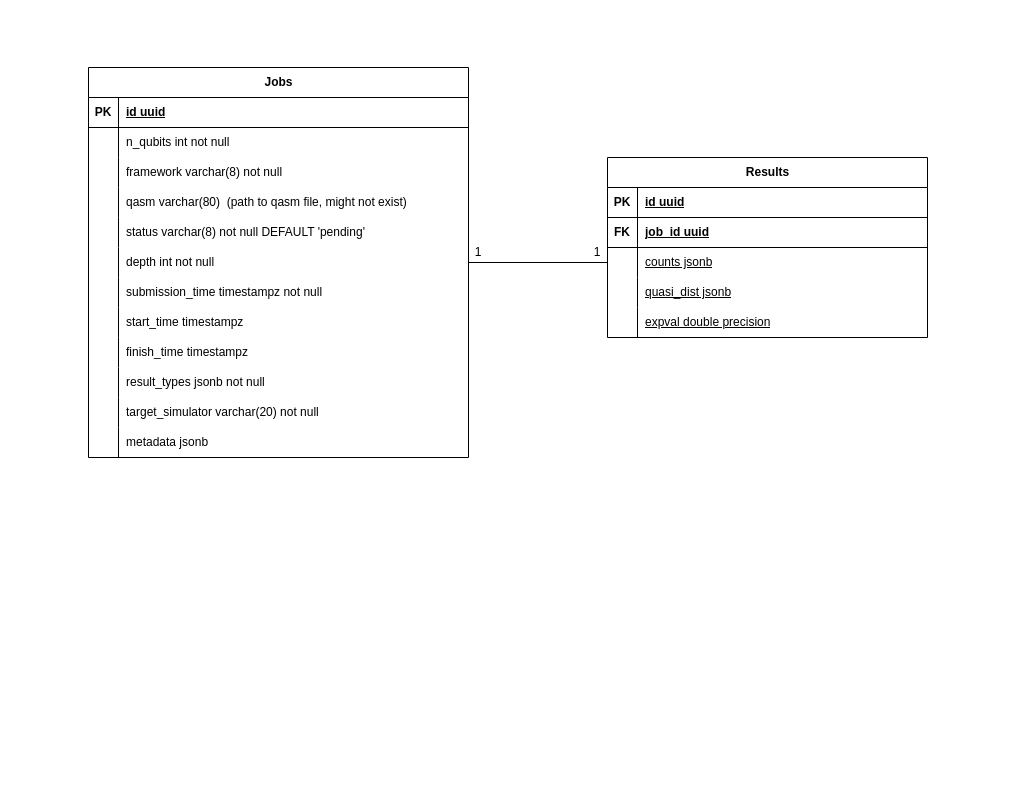
Earlier version of the draw.io diagram assets/database.drawio (Dpbm/qserver). Source tidied: cells renumbered, new cells numbered last; positions are measured from the earlier drawing's top-left corner, leaving out a move shared by most shapes. Both pictures are drawn from the tidied source at 100%, with x=0, y=0 at pixel (17, 17).
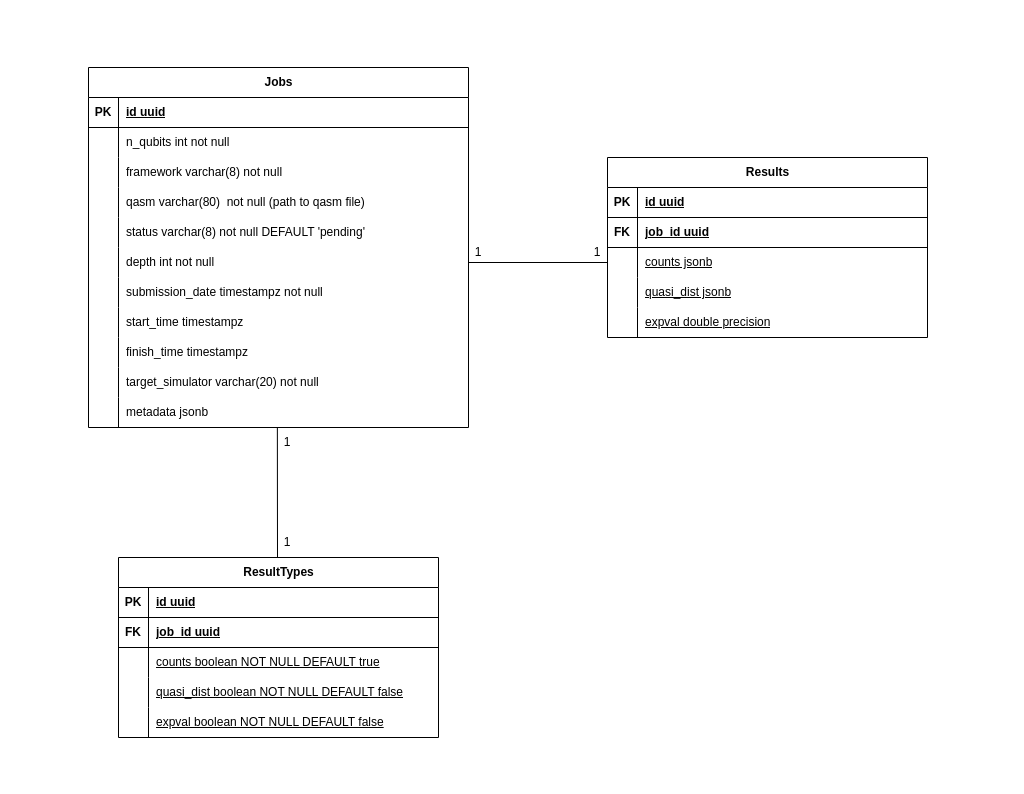
The same diagram, later.

Unchanged cells that the change refers to:
```xml
<mxCell id="13" style="shape=tableRow;horizontal=0;startSize=0;swimlaneHead=0;swimlaneBody=0;fillColor=none;top=0;left=0;right=0;bottom=0;" parent="3" vertex="1">
  <mxGeometry y="120" width="380" height="30" as="geometry" />
</mxCell>
<mxCell id="22" style="shape=tableRow;horizontal=0;startSize=0;swimlaneHead=0;swimlaneBody=0;fillColor=none;top=0;left=0;right=0;bottom=0;" parent="3" vertex="1">
  <mxGeometry y="210" width="380" height="30" as="geometry" />
</mxCell>
```

The edit, as a diff of the source:
```diff
@@
     <mxCell id="2" style="rounded=0;whiteSpace=wrap;html=1;strokeColor=none;" parent="1" vertex="1">
-      <mxGeometry width="990" height="530" as="geometry" />
+      <mxGeometry width="990" height="760" as="geometry" />
     </mxCell>
     <mxCell id="3" value="Jobs" style="shape=table;startSize=30;childLayout=tableLayout;rowLines=0;fontStyle=1;align=center;html=1;" parent="1" vertex="1">
-      <mxGeometry x="71" y="50" width="380" height="390" as="geometry" />
+      <mxGeometry x="71" y="50" width="380" height="360" as="geometry" />
     </mxCell>
@@
-    <mxCell id="15" value="qasm varchar(80)&amp;nbsp; (path to qasm file, might not exist)&lt;span style=&quot;color: light-dark(rgb(0, 0, 0), rgb(255, 255, 255)); background-color: transparent;&quot;&gt;&amp;nbsp;&lt;/span&gt;" style="shape=partialRectangle;fillColor=none;top=0;left=0;bottom=0;right=0;align=left;spacingLeft=6;overflow=hidden;whiteSpace=wrap;html=1;" parent="13" vertex="1">
+    <mxCell id="15" value="qasm varchar(80)&amp;nbsp; not null (path to qasm file)&lt;span style=&quot;color: light-dark(rgb(0, 0, 0), rgb(255, 255, 255)); background-color: transparent;&quot;&gt;&amp;nbsp;&lt;/span&gt;" style="shape=partialRectangle;fillColor=none;top=0;left=0;bottom=0;right=0;align=left;spacingLeft=6;overflow=hidden;whiteSpace=wrap;html=1;" parent="13" vertex="1">
       <mxGeometry x="30" width="350" height="30" as="geometry" />
     </mxCell>
@@
-    <mxCell id="24" value="submission_time timestampz not null" style="shape=partialRectangle;fillColor=none;top=0;left=0;bottom=0;right=0;align=left;spacingLeft=6;overflow=hidden;whiteSpace=wrap;html=1;" parent="22" vertex="1">
+    <mxCell id="24" value="submission_date timestampz not null" style="shape=partialRectangle;fillColor=none;top=0;left=0;bottom=0;right=0;align=left;spacingLeft=6;overflow=hidden;whiteSpace=wrap;html=1;" parent="22" vertex="1">
       <mxGeometry x="30" width="350" height="30" as="geometry" />
     </mxCell>
@@
-    <mxCell id="31" style="shape=tableRow;horizontal=0;startSize=0;swimlaneHead=0;swimlaneBody=0;fillColor=none;top=0;left=0;right=0;bottom=0;" parent="3" vertex="1">
-      <mxGeometry y="300" width="380" height="30" as="geometry" />
-    </mxCell>
-    <mxCell id="32" style="shape=partialRectangle;fillColor=none;top=0;left=0;bottom=0;right=0;overflow=hidden;whiteSpace=wrap;html=1;" parent="31" vertex="1">
-      <mxGeometry width="30" height="30" as="geometry" />
-    </mxCell>
-    <mxCell id="33" value="result_types jsonb not null&amp;nbsp;" style="shape=partialRectangle;fillColor=none;top=0;left=0;bottom=0;right=0;align=left;spacingLeft=6;overflow=hidden;whiteSpace=wrap;html=1;" parent="31" vertex="1">
-      <mxGeometry x="30" width="350" height="30" as="geometry" />
-    </mxCell>
     <mxCell id="34" style="shape=tableRow;horizontal=0;startSize=0;swimlaneHead=0;swimlaneBody=0;fillColor=none;top=0;left=0;right=0;bottom=0;" parent="3" vertex="1">
-      <mxGeometry y="330" width="380" height="30" as="geometry" />
+      <mxGeometry y="300" width="380" height="30" as="geometry" />
     </mxCell>
@@
     <mxCell id="37" style="shape=tableRow;horizontal=0;startSize=0;swimlaneHead=0;swimlaneBody=0;fillColor=none;points=[[0,0.5],[1,0.5]];portConstraint=eastwest;top=0;left=0;right=0;bottom=0;" parent="3" vertex="1">
-      <mxGeometry y="360" width="380" height="30" as="geometry" />
+      <mxGeometry y="330" width="380" height="30" as="geometry" />
     </mxCell>
@@
+    <mxCell id="59" value="ResultTypes" style="shape=table;startSize=30;childLayout=tableLayout;rowLines=0;fontStyle=1;align=center;html=1;" parent="1" vertex="1">
+      <mxGeometry x="101" y="540" width="320" height="180" as="geometry" />
+    </mxCell>
+    <mxCell id="60" style="shape=tableRow;horizontal=0;startSize=0;swimlaneHead=0;swimlaneBody=0;fillColor=none;top=0;left=0;right=0;bottom=1;" parent="59" vertex="1">
+      <mxGeometry y="30" width="320" height="30" as="geometry" />
+    </mxCell>
+    <mxCell id="61" value="PK" style="shape=partialRectangle;fillColor=none;top=0;left=0;bottom=0;right=0;fontStyle=1;overflow=hidden;whiteSpace=wrap;html=1;" parent="60" vertex="1">
+      <mxGeometry width="30" height="30" as="geometry" />
+    </mxCell>
+    <mxCell id="62" value="id uuid" style="shape=partialRectangle;fillColor=none;top=0;left=0;bottom=0;right=0;align=left;spacingLeft=6;fontStyle=5;overflow=hidden;whiteSpace=wrap;html=1;" parent="60" vertex="1">
+      <mxGeometry x="30" width="290" height="30" as="geometry" />
+    </mxCell>
+    <mxCell id="63" style="shape=tableRow;horizontal=0;startSize=0;swimlaneHead=0;swimlaneBody=0;fillColor=none;top=0;left=0;right=0;bottom=1;" parent="59" vertex="1">
+      <mxGeometry y="60" width="320" height="30" as="geometry" />
+    </mxCell>
+    <mxCell id="64" value="FK" style="shape=partialRectangle;fillColor=none;top=0;left=0;bottom=0;right=0;fontStyle=1;overflow=hidden;whiteSpace=wrap;html=1;" parent="63" vertex="1">
+      <mxGeometry width="30" height="30" as="geometry" />
+    </mxCell>
+    <mxCell id="65" value="job_id uuid" style="shape=partialRectangle;fillColor=none;top=0;left=0;bottom=0;right=0;align=left;spacingLeft=6;fontStyle=5;overflow=hidden;whiteSpace=wrap;html=1;" parent="63" vertex="1">
+      <mxGeometry x="30" width="290" height="30" as="geometry" />
+    </mxCell>
+    <mxCell id="66" style="shape=tableRow;horizontal=0;startSize=0;swimlaneHead=0;swimlaneBody=0;fillColor=none;top=0;left=0;right=0;bottom=0;" parent="59" vertex="1">
+      <mxGeometry y="90" width="320" height="30" as="geometry" />
+    </mxCell>
+    <mxCell id="67" style="shape=partialRectangle;fillColor=none;top=0;left=0;bottom=0;right=0;overflow=hidden;whiteSpace=wrap;html=1;" parent="66" vertex="1">
+      <mxGeometry width="30" height="30" as="geometry" />
+    </mxCell>
+    <mxCell id="68" value="counts boolean NOT NULL DEFAULT true" style="shape=partialRectangle;fillColor=none;top=0;left=0;bottom=0;right=0;align=left;spacingLeft=6;overflow=hidden;whiteSpace=wrap;html=1;fontStyle=4;strokeWidth=4;" parent="66" vertex="1">
+      <mxGeometry x="30" width="290" height="30" as="geometry" />
+    </mxCell>
+    <mxCell id="69" style="shape=tableRow;horizontal=0;startSize=0;swimlaneHead=0;swimlaneBody=0;fillColor=none;top=0;left=0;right=0;bottom=0;" parent="59" vertex="1">
+      <mxGeometry y="120" width="320" height="30" as="geometry" />
+    </mxCell>
+    <mxCell id="70" style="shape=partialRectangle;fillColor=none;top=0;left=0;bottom=0;right=0;overflow=hidden;whiteSpace=wrap;html=1;" parent="69" vertex="1">
+      <mxGeometry width="30" height="30" as="geometry" />
+    </mxCell>
+    <mxCell id="71" value="quasi_dist boolean NOT NULL DEFAULT false" style="shape=partialRectangle;fillColor=none;top=0;left=0;bottom=0;right=0;align=left;spacingLeft=6;overflow=hidden;whiteSpace=wrap;html=1;fontStyle=4;strokeWidth=4;" parent="69" vertex="1">
+      <mxGeometry x="30" width="290" height="30" as="geometry" />
+    </mxCell>
+    <mxCell id="72" style="shape=tableRow;horizontal=0;startSize=0;swimlaneHead=0;swimlaneBody=0;fillColor=none;top=0;left=0;right=0;bottom=0;" parent="59" vertex="1">
+      <mxGeometry y="150" width="320" height="30" as="geometry" />
+    </mxCell>
+    <mxCell id="73" style="shape=partialRectangle;fillColor=none;top=0;left=0;bottom=0;right=0;overflow=hidden;whiteSpace=wrap;html=1;" parent="72" vertex="1">
+      <mxGeometry width="30" height="30" as="geometry" />
+    </mxCell>
+    <mxCell id="74" value="expval boolean NOT NULL DEFAULT false" style="shape=partialRectangle;fillColor=none;top=0;left=0;bottom=0;right=0;align=left;spacingLeft=6;overflow=hidden;whiteSpace=wrap;html=1;fontStyle=4;strokeWidth=4;" parent="72" vertex="1">
+      <mxGeometry x="30" width="290" height="30" as="geometry" />
+    </mxCell>
+    <mxCell id="75" style="endArrow=none;html=1;rounded=0;entryX=0.497;entryY=1.003;entryDx=0;entryDy=0;entryPerimeter=0;" parent="1" edge="1" target="37">
+      <mxGeometry relative="1" as="geometry">
+        <mxPoint x="260" y="540" as="sourcePoint" />
+      </mxGeometry>
+    </mxCell>
+    <mxCell id="76" value="1" style="text;html=1;align=center;verticalAlign=middle;whiteSpace=wrap;rounded=0;" parent="1" vertex="1">
+      <mxGeometry x="260" y="410" width="20" height="30" as="geometry" />
+    </mxCell>
+    <mxCell id="77" value="1" style="text;html=1;align=center;verticalAlign=middle;whiteSpace=wrap;rounded=0;" parent="1" vertex="1">
+      <mxGeometry x="260" y="510" width="20" height="30" as="geometry" />
+    </mxCell>
```
